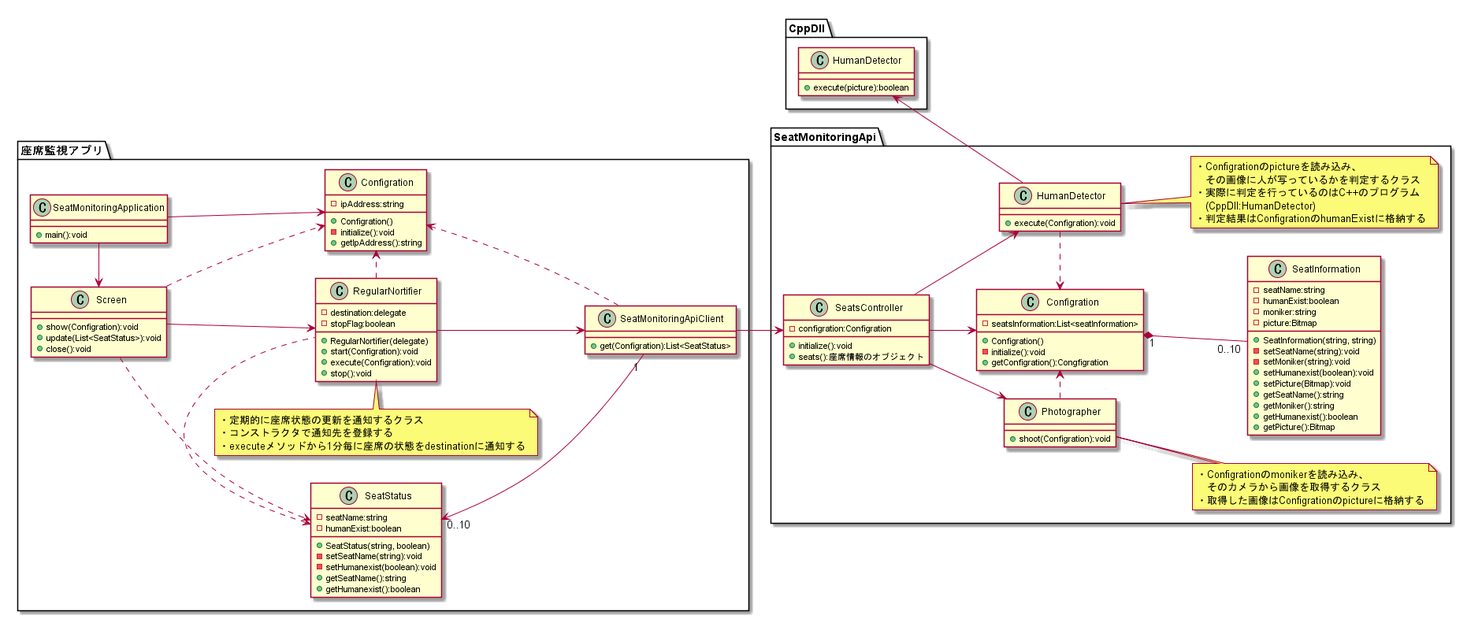
The PlantUML diagram doc/詳細設計/詳細設計書/構成図/クラス図.png in KeisukeSugita/Seat-monitoring-system, before a commit.
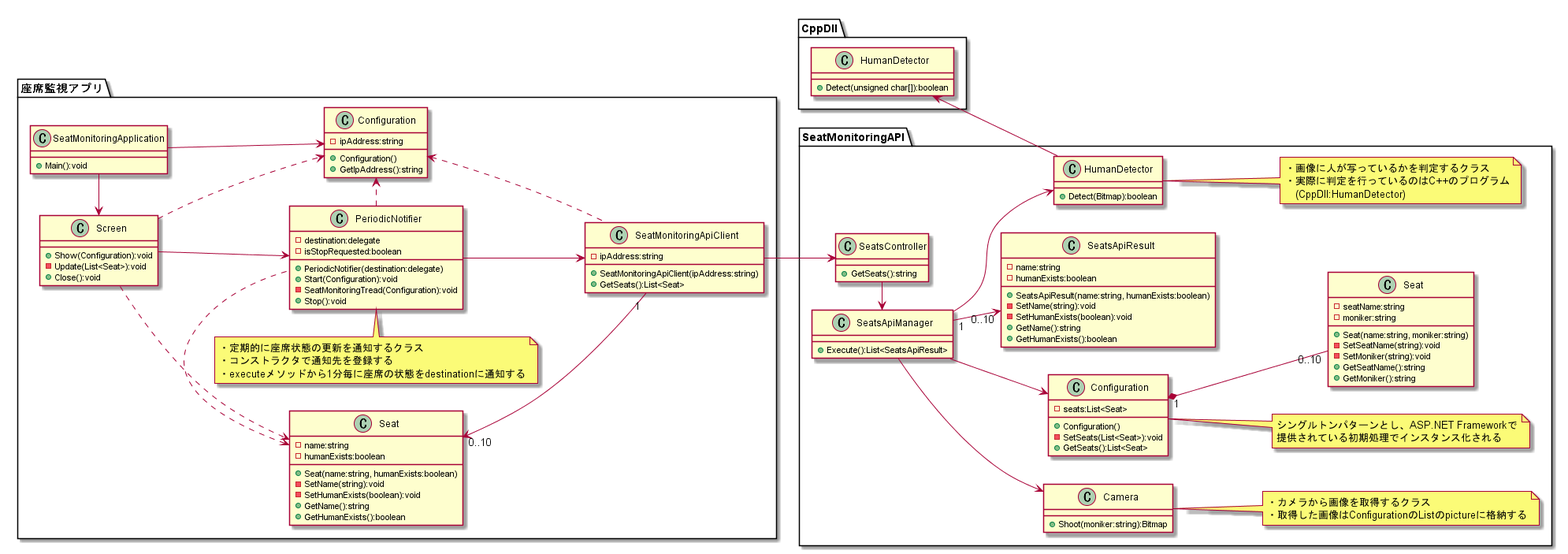
Above is the later version.

Diff of the diagram source:
```diff
@@ -2,126 +2,134 @@
 left to right direction
 
 package 座席監視アプリ {
-    class "SeatMonitoringApplication" as SeatMonitoringApplication {
-        + main():void
+    class SeatMonitoringApplication {
+        + Main():void
     }
 
-    class "Configration" as ClientConfigration {
-		- ipAddress:string
-        + Configration()
-        - initialize():void
-        + getIpAddress():string
+    class "Configuration" as ClientConfiguration {
+        - ipAddress:string
+        + Configuration()
+        + GetIpAddress():string
     }
 
-	class "Screen" as Screen {
-        + show(Configration):void
-        + update(List<SeatStatus>):void
-		+ close():void
+	class Screen {
+        + Show(Configuration):void
+        - Update(List<Seat>):void
+		+ Close():void
     }
 
-    class "SeatMonitoringApiClient" as SeatMonitoringApiClient {
-        + get(Configration):List<SeatStatus>
+    class SeatMonitoringApiClient {
+        - ipAddress:string
+        + SeatMonitoringApiClient(ipAddress:string)
+        + GetSeats():List<Seat>
     }
 
-    class "RegularNortifier" as RegularNortifier {
+    class PeriodicNotifier {
         - destination:delegate
-        - stopFlag:boolean
-        + RegularNortifier(delegate)
-        + start(Configration):void
-        + execute(Configration):void
-        + stop():void
+        - isStopRequested:boolean
+        + PeriodicNotifier(destination:delegate)
+        + Start(Configuration):void
+        - SeatMonitoringTread(Configuration):void
+        + Stop():void
     }
-        note top of RegularNortifier
-            ・定期的に座席状態の更新を通知するクラス
-            ・コンストラクタで通知先を登録する
-            ・executeメソッドから1分毎に座席の状態をdestinationに通知する
-        end note
+    note top of PeriodicNotifier
+        ・定期的に座席状態の更新を通知するクラス
+        ・コンストラクタで通知先を登録する
+        ・executeメソッドから1分毎に座席の状態をdestinationに通知する
+    end note
 
-    class "SeatStatus" as SeatStatus {
-        - seatName:string
-        - humanExist:boolean
-        + SeatStatus(string, boolean)
-        - setSeatName(string):void
-        - setHumanexist(boolean):void
-        + getSeatName():string
-        + getHumanexist():boolean
-            }
+    class "Seat" as ClientSeat {
+        - name:string
+        - humanExists:boolean
+        + Seat(name:string, humanExists:boolean)
+        - SetName(string):void
+        - SetHumanExists(boolean):void
+        + GetName():string
+        + GetHumanExists():boolean
+    }
 }
 
-package SeatMonitoringApi {
-    class "SeatsController" as SeatsController {
-        - configration:Configration
-        + initialize():void
-        + seats():座席情報のオブジェクト
+package SeatMonitoringAPI {
+	class SeatsController {
+        + GetSeats():string
     }
 
-    class "Configration" as ServerConfigration {
-        - seatsInformation:List<seatInformation>
-        + Configration()
-        - initialize():void
-        + getConfigration():Congfigration
+    class SeatsApiManager {
+        + Execute():List<SeatsApiResult>
     }
 
-    class "Photographer" as Photographer {
-        + shoot(Configration):void
+    class "Configuration" as ServerConfiguration {
+        - seats:List<Seat>
+        + Configuration()
+        - SetSeats(List<Seat>):void
+        + GetSeats():List<Seat>
     }
-        note right of Photographer
-            ・Configrationのmonikerを読み込み、
-            　そのカメラから画像を取得するクラス
-            ・取得した画像はConfigrationのpictureに格納する
-        end note
+	note right of ServerConfiguration
+		シングルトンパターンとし、ASP.NET Frameworkで
+		提供されている初期処理でインスタンス化される
+	end note
 
-    class "SeatInformation" as SeatInformation {
+    class Camera {
+        + Shoot(moniker:string):Bitmap
+    }
+    note right of Camera
+        ・カメラから画像を取得するクラス
+        ・取得した画像はConfigurationのListのpictureに格納する
+    end note
+
+    class "HumanDetector" as CsHumanDetector {
+        + Detect(Bitmap):boolean
+    }
+    note right of CsHumanDetector
+        ・画像に人が写っているかを判定するクラス
+        ・実際に判定を行っているのはC++のプログラム
+        　(CppDll:HumanDetector)
+    end note
+
+    class "Seat" as ServerSeat {
         - seatName:string
-        - humanExist:boolean
         - moniker:string
-        - picture:Bitmap
-        + SeatInformation(string, string)
-        - setSeatName(string):void
-        - setMoniker(string):void
-        + setHumanexist(boolean):void
-        + setPicture(Bitmap):void
-        + getSeatName():string
-        + getMoniker():string
-        + getHumanexist():boolean
-        + getPicture():Bitmap
+        + Seat(name:string, moniker:string)
+        - SetSeatName(string):void
+        - SetMoniker(string):void
+        + GetSeatName():string
+        + GetMoniker():string
     }
 
-    class "HumanDetector" as CsHumanDetector {
-        + execute(Configration):void
+    class SeatsApiResult {
+        - name:string
+        - humanExists:boolean
+        + SeatsApiResult(name:string, humanExists:boolean)
+        - SetName(string):void
+        - SetHumanExists(boolean):void
+        + GetName():string
+        + GetHumanExists():boolean
     }
-        note right of CsHumanDetector
-            ・Configrationのpictureを読み込み、
-            　その画像に人が写っているかを判定するクラス
-            ・実際に判定を行っているのはC++のプログラム
-            　(CppDll:HumanDetector)
-            ・判定結果はConfigrationのhumanExistに格納する
-        end note
 }
 
 package CppDll {
     class "HumanDetector" as CppHumanDetector {
-        + execute(picture):boolean
+        + Detect(unsigned char[]):boolean
     }
 }
 
-SeatMonitoringApplication -> ClientConfigration
+SeatMonitoringApplication -> ClientConfiguration
 SeatMonitoringApplication -left-> Screen
-Screen -down-> RegularNortifier
-RegularNortifier -down-> SeatMonitoringApiClient
-RegularNortifier .> ClientConfigration
-RegularNortifier .left.> SeatStatus
-Screen .> SeatStatus
-Screen .> ClientConfigration
-SeatMonitoringApiClient .left.> ClientConfigration
-SeatMonitoringApiClient "1"-left->"0..10" SeatStatus
+Screen -down-> PeriodicNotifier
+PeriodicNotifier -down-> SeatMonitoringApiClient
+PeriodicNotifier .> ClientConfiguration
+PeriodicNotifier .left.> ClientSeat
+Screen .> ClientSeat
+Screen .> ClientConfiguration
+SeatMonitoringApiClient .left.> ClientConfiguration
+SeatMonitoringApiClient "1"-left->"0..10" ClientSeat
 SeatMonitoringApiClient -down-> SeatsController
-ServerConfigration "1"*-down-"0..10" SeatInformation
-SeatsController -> ServerConfigration
-SeatsController --> Photographer
-SeatsController --> CsHumanDetector
+SeatsController -left-> SeatsApiManager
+ServerConfiguration "1"*-down-"0..10" ServerSeat
+SeatsApiManager --> ServerConfiguration
+SeatsApiManager --> Camera
+SeatsApiManager --> CsHumanDetector
+SeatsApiManager "1"-->"0..10" SeatsApiResult
 CppHumanDetector <-- CsHumanDetector
-Photographer .> ServerConfigration
-CsHumanDetector .> ServerConfigration
 
 @enduml
```
